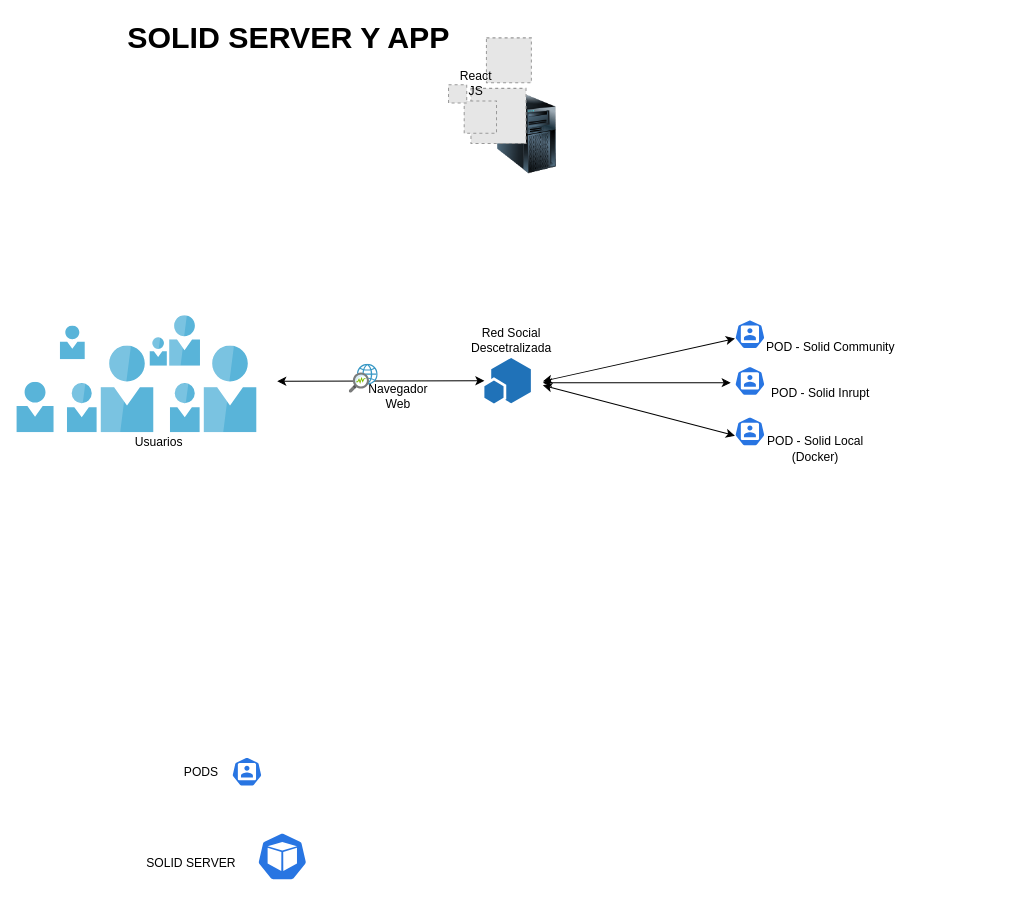
The draw.io diagram page "DIAGRAMA DEL PROYECTO" (1 of 5) of Docs/Untitled Diagram.drawio in MONISANCHEZ10/SOLID, before the edit. Source tidied: cells renumbered, new cells numbered last; positions are measured from the earlier drawing's top-left corner, leaving out a move shared by most shapes. Both pictures are drawn from the tidied source at 101%, with x=0, y=0 at pixel (16, 17). Pictures stored in the file or linked from it are replaced by grey dashed boxes.
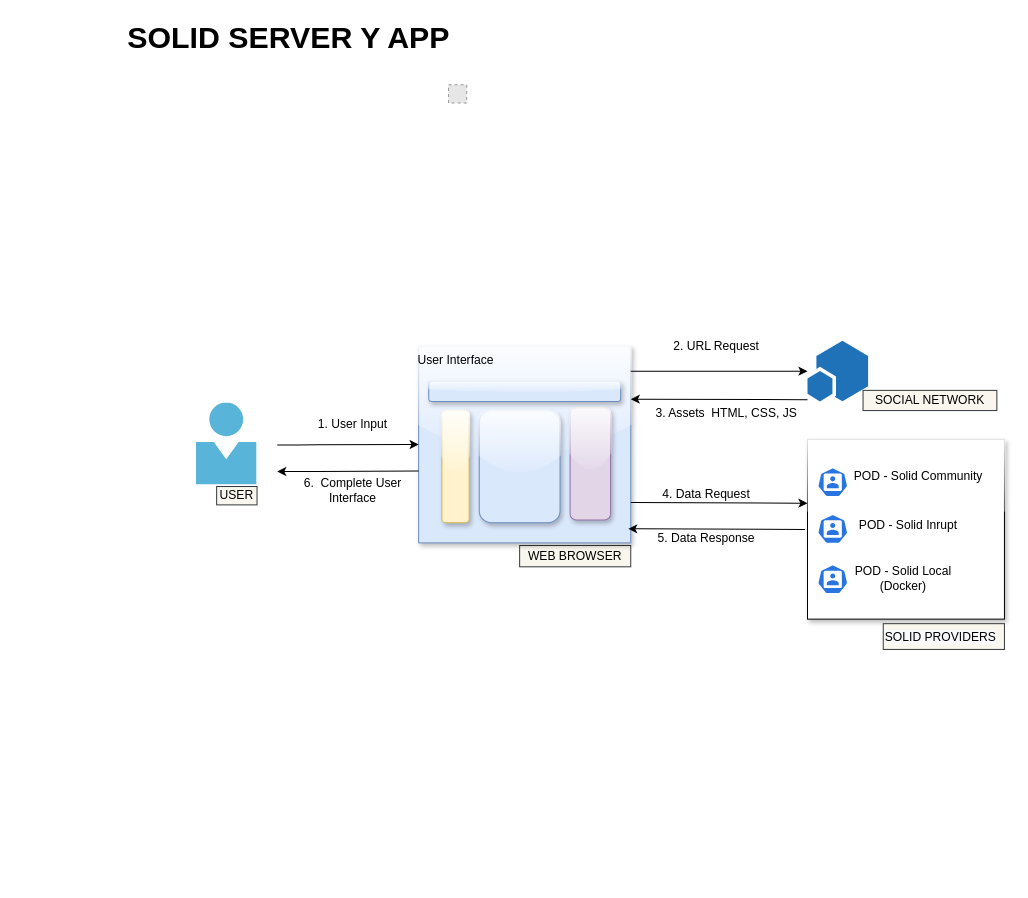
Above is the later version.

Diff of the diagram source:
```diff
@@
-    <mxCell id="2" value="SOLID SERVER" style="text;html=1;strokeColor=none;fillColor=none;align=center;verticalAlign=middle;whiteSpace=wrap;rounded=0;" parent="1" vertex="1">
-      <mxGeometry x="83" y="836.5" width="180" as="geometry" />
-    </mxCell>
-    <mxCell id="3" value="POD - Solid Community" style="text;html=1;strokeColor=none;fillColor=none;align=center;verticalAlign=middle;whiteSpace=wrap;rounded=0;" parent="1" vertex="1">
-      <mxGeometry x="741" y="316.9" width="130" height="20" as="geometry" />
-    </mxCell>
-    <mxCell id="4" style="shadow=0;dashed=0;html=1;strokeColor=none;fillColor=#505050;labelPosition=center;verticalLabelPosition=bottom;verticalAlign=top;outlineConnect=0;align=center;shape=mxgraph.office.concepts.app_part;" parent="1" vertex="1">
-      <mxGeometry x="463.1" y="336.9" width="46" height="45" as="geometry" />
-    </mxCell>
-    <mxCell id="5" value="Red Social Descetralizada" style="text;html=1;strokeColor=none;fillColor=none;align=center;verticalAlign=middle;whiteSpace=wrap;rounded=0;" parent="1" vertex="1">
-      <mxGeometry x="469.6" y="309.9" width="40" height="20" as="geometry" />
+    <mxCell id="5" value="SOCIAL NETWORK" style="text;html=1;strokeColor=#36393d;fillColor=#f9f7ed;align=center;verticalAlign=middle;whiteSpace=wrap;rounded=0;" parent="1" vertex="1">
+      <mxGeometry x="838" y="369" width="132.5" height="20" as="geometry" />
     </mxCell>
-    <mxCell id="6" value="Navegador Web" style="text;html=1;strokeColor=none;fillColor=none;align=center;verticalAlign=middle;whiteSpace=wrap;rounded=0;" parent="1" vertex="1">
-      <mxGeometry x="358" y="361" width="40" height="28.5" as="geometry" />
+    <mxCell id="6" value="WEB BROWSER" style="text;html=1;align=center;verticalAlign=middle;whiteSpace=wrap;rounded=0;gradientDirection=north;fillColor=#f9f7ed;strokeColor=#36393d;" parent="1" vertex="1">
+      <mxGeometry x="498" y="522.6" width="110" height="21.1" as="geometry" />
     </mxCell>
-    <mxCell id="7" style="html=1;dashed=0;whitespace=wrap;fillColor=#2875E2;strokeColor=#ffffff;shape=mxgraph.kubernetes.icon;prIcon=pod;" parent="1" vertex="1">
-      <mxGeometry x="238" y="806.5" width="50" height="48" as="geometry" />
-    </mxCell>
-    <mxCell id="8" style="html=1;align=center;image;fontSize=12;image=img/lib/mscae/Two_User_Icon.svg;" parent="1" vertex="1">
-      <mxGeometry x="132" y="295.2" width="50" height="50" as="geometry" />
-    </mxCell>
-    <mxCell id="9" style="html=1;align=center;image;fontSize=12;image=img/lib/mscae/Two_User_Icon.svg;" parent="1" vertex="1">
-      <mxGeometry x="50.2" y="325.2" width="85.8" height="85.8" as="geometry" />
-    </mxCell>
-    <mxCell id="10" style="html=1;align=center;image;fontSize=12;image=img/lib/mscae/Two_User_Icon.svg;" parent="1" vertex="1">
-      <mxGeometry x="152.2" y="325.2" width="85.8" height="85.8" as="geometry" />
-    </mxCell>
-    <mxCell id="11" style="html=1;align=center;image;fontSize=12;image=img/lib/mscae/Person.svg;" parent="1" vertex="1">
-      <mxGeometry x="0.2" y="361" width="37" height="50" as="geometry" />
-    </mxCell>
     <mxCell id="12" style="html=1;align=center;image;fontSize=12;image=img/lib/mscae/Person.svg;" parent="1" vertex="1">
-      <mxGeometry x="43.2" y="305.2" width="24.8" height="33.5" as="geometry" />
+      <mxGeometry x="178" y="381.5" width="60" height="81.1" as="geometry" />
     </mxCell>
-    <mxCell id="13" style="image;html=1;image=img/lib/clip_art/computers/Server_Tower_128x128.png;" parent="1" vertex="1">
-      <mxGeometry x="465.1" y="74.5" width="80" height="80" as="geometry" />
-    </mxCell>
-    <mxCell id="14" value="Usuarios" style="text;html=1;strokeColor=none;fillColor=none;align=center;verticalAlign=middle;whiteSpace=wrap;rounded=0;" parent="1" vertex="1">
-      <mxGeometry x="120.8" y="411" width="40" height="20" as="geometry" />
+    <mxCell id="14" value="USER" style="text;html=1;strokeColor=#36393d;fillColor=#f9f7ed;align=center;verticalAlign=middle;whiteSpace=wrap;rounded=0;" parent="1" vertex="1">
+      <mxGeometry x="198" y="464.2" width="40" height="18.2" as="geometry" />
     </mxCell>
-    <mxCell id="15" style="html=1;dashed=0;whitespace=wrap;fillColor=#2875E2;strokeColor=#ffffff;points=[[0.005,0.63,0],[0.1,0.2,0],[0.9,0.2,0],[0.5,0,0],[0.995,0.63,0],[0.72,0.99,0],[0.5,1,0],[0.28,0.99,0]];shape=mxgraph.kubernetes.icon;prIcon=user;" parent="1" vertex="1">
-      <mxGeometry x="711" y="296.9" width="30" height="33" as="geometry" />
-    </mxCell>
-    <mxCell id="16" style="html=1;dashed=0;whitespace=wrap;fillColor=#2875E2;strokeColor=#ffffff;shape=mxgraph.kubernetes.icon;prIcon=user;" parent="1" vertex="1">
-      <mxGeometry x="711" y="343.1" width="30" height="33" as="geometry" />
-    </mxCell>
-    <mxCell id="17" style="html=1;dashed=0;whitespace=wrap;fillColor=#2875E2;strokeColor=#ffffff;shape=mxgraph.kubernetes.icon;prIcon=user;" parent="1" vertex="1">
-      <mxGeometry x="213" y="730" width="30" height="33" as="geometry" />
-    </mxCell>
-    <mxCell id="18" value="PODS" style="text;html=1;strokeColor=none;fillColor=none;align=center;verticalAlign=middle;whiteSpace=wrap;rounded=0;" parent="1" vertex="1">
-      <mxGeometry x="163" y="736.5" width="40" height="20" as="geometry" />
-    </mxCell>
-    <mxCell id="19" style="fillColor=#E6E6E6;strokeColor=#999999;dashed=1;html=1;verticalAlign=top;verticalLabelPosition=bottom;labelBackgroundColor=#ffffff;" parent="1" vertex="1">
-      <mxGeometry x="449.8" y="70" width="54.5" height="54.5" as="geometry" />
-    </mxCell>
-    <mxCell id="20" style="fillColor=#E6E6E6;strokeColor=#999999;dashed=1;html=1;verticalAlign=top;verticalLabelPosition=bottom;labelBackgroundColor=#ffffff;" parent="1" vertex="1">
-      <mxGeometry x="465.1" y="20" width="44.5" height="44.5" as="geometry" />
-    </mxCell>
-    <mxCell id="21" value="React JS" style="text;html=1;strokeColor=none;fillColor=none;align=center;verticalAlign=middle;whiteSpace=wrap;rounded=0;" parent="1" vertex="1">
-      <mxGeometry x="435.1" y="54.5" width="40" height="20" as="geometry" />
-    </mxCell>
-    <mxCell id="22" style="fillColor=#E6E6E6;strokeColor=#999999;dashed=1;html=1;verticalAlign=top;verticalLabelPosition=bottom;labelBackgroundColor=#ffffff;" parent="1" vertex="1">
-      <mxGeometry x="443.1" y="82.5" width="32" height="32" as="geometry" />
-    </mxCell>
@@
-    <mxCell id="25" style="html=1;dashed=0;whitespace=wrap;fillColor=#2875E2;strokeColor=#ffffff;points=[[0.005,0.63,0],[0.1,0.2,0],[0.9,0.2,0],[0.5,0,0],[0.995,0.63,0],[0.72,0.99,0],[0.5,1,0],[0.28,0.99,0]];shape=mxgraph.kubernetes.icon;prIcon=user;" parent="1" vertex="1">
-      <mxGeometry x="711" y="393.1" width="30" height="33" as="geometry" />
-    </mxCell>
+    <mxCell id="33" style="rounded=0;whiteSpace=wrap;html=1;fillColor=#dae8fc;strokeColor=#6c8ebf;shadow=1;glass=1;sketch=0;" parent="1" vertex="1">
+      <mxGeometry x="398" y="325.2" width="210" height="194.8" as="geometry" />
+    </mxCell>
+    <mxCell id="34" style="endArrow=classic;startArrow=none;html=1;startFill=0;" parent="1" edge="1" target="35">
+      <mxGeometry relative="1" as="geometry">
+        <mxPoint x="608" y="350" as="sourcePoint" />
+      </mxGeometry>
+    </mxCell>
+    <mxCell id="35" style="shadow=0;dashed=0;html=1;strokeColor=none;fillColor=#505050;labelPosition=center;verticalLabelPosition=bottom;verticalAlign=top;outlineConnect=0;align=center;shape=mxgraph.office.concepts.app_part;" parent="1" vertex="1">
+      <mxGeometry x="783" y="320" width="60" height="60" as="geometry" />
+    </mxCell>
+    <mxCell id="36" style="rounded=1;whiteSpace=wrap;html=1;shadow=1;glass=1;sketch=0;fillColor=#fff2cc;strokeColor=#d6b656;" parent="1" vertex="1">
+      <mxGeometry x="421" y="389.1" width="27" height="111" as="geometry" />
+    </mxCell>
+    <mxCell id="37" style="rounded=1;whiteSpace=wrap;html=1;shadow=1;glass=1;sketch=0;fillColor=#dae8fc;strokeColor=#6c8ebf;" parent="1" vertex="1">
+      <mxGeometry x="458" y="389.1" width="80" height="111" as="geometry" />
+    </mxCell>
+    <mxCell id="38" style="rounded=1;whiteSpace=wrap;html=1;shadow=1;glass=1;sketch=0;fillColor=#e1d5e7;strokeColor=#9673a6;" parent="1" vertex="1">
+      <mxGeometry x="548" y="386.3" width="40" height="111" as="geometry" />
+    </mxCell>
+    <mxCell id="39" style="rounded=0;whiteSpace=wrap;html=1;shadow=1;glass=1;sketch=0;" parent="1" vertex="1">
+      <mxGeometry x="783" y="417.6" width="195" height="177.9" as="geometry" />
+    </mxCell>
+    <mxCell id="3" value="POD - Solid Community" style="text;html=1;strokeColor=none;fillColor=none;align=center;verticalAlign=middle;whiteSpace=wrap;rounded=0;" parent="1" vertex="1">
+      <mxGeometry x="828" y="443.5" width="130" height="20" as="geometry" />
+    </mxCell>
+    <mxCell id="40" style="html=1;dashed=0;whitespace=wrap;fillColor=#2875E2;strokeColor=#ffffff;shape=mxgraph.kubernetes.icon;prIcon=user;" parent="1" vertex="1">
+      <mxGeometry x="793" y="443.5" width="30" height="33" as="geometry" />
+    </mxCell>
+    <mxCell id="41" style="html=1;dashed=0;whitespace=wrap;fillColor=#2875E2;strokeColor=#ffffff;shape=mxgraph.kubernetes.icon;prIcon=user;" parent="1" vertex="1">
+      <mxGeometry x="793" y="489.7" width="30" height="33" as="geometry" />
+    </mxCell>
+    <mxCell id="42" style="html=1;dashed=0;whitespace=wrap;fillColor=#2875E2;strokeColor=#ffffff;shape=mxgraph.kubernetes.icon;prIcon=user;" parent="1" vertex="1">
+      <mxGeometry x="793" y="539.6" width="30" height="33" as="geometry" />
+    </mxCell>
     <mxCell id="26" value="POD - Solid Inrupt" style="text;html=1;strokeColor=none;fillColor=none;align=center;verticalAlign=middle;whiteSpace=wrap;rounded=0;" parent="1" vertex="1">
-      <mxGeometry x="741" y="359.6" width="110" height="24" as="geometry" />
+      <mxGeometry x="828" y="490.8" width="110" height="24" as="geometry" />
     </mxCell>
     <mxCell id="27" value="POD - Solid Local (Docker)" style="text;html=1;strokeColor=none;fillColor=none;align=center;verticalAlign=middle;whiteSpace=wrap;rounded=0;" parent="1" vertex="1">
-      <mxGeometry x="731" y="415.4" width="120" height="24" as="geometry" />
+      <mxGeometry x="818" y="543.3" width="120" height="24" as="geometry" />
     </mxCell>
-    <mxCell id="28" style="endArrow=classic;startArrow=classic;html=1;" parent="1" edge="1" target="4">
-      <mxGeometry relative="1" as="geometry">
-        <mxPoint x="258" y="360" as="sourcePoint" />
-      </mxGeometry>
-    </mxCell>
-    <mxCell id="29" style="endArrow=classic;startArrow=classic;html=1;entryX=0.005;entryY=0.63;entryDx=0;entryDy=0;entryPerimeter=0;" parent="1" edge="1" target="15">
-      <mxGeometry relative="1" as="geometry">
-        <mxPoint x="521" y="360" as="sourcePoint" />
-      </mxGeometry>
-    </mxCell>
-    <mxCell id="30" style="endArrow=classic;startArrow=classic;html=1;" parent="1" edge="1">
-      <mxGeometry relative="1" as="geometry">
-        <mxPoint x="521" y="361.4" as="sourcePoint" />
-        <mxPoint x="707" y="361.4" as="targetPoint" />
-      </mxGeometry>
-    </mxCell>
-    <mxCell id="31" style="endArrow=classic;startArrow=classic;html=1;entryX=0.005;entryY=0.63;entryDx=0;entryDy=0;entryPerimeter=0;" parent="1" edge="1" target="25">
-      <mxGeometry relative="1" as="geometry">
-        <mxPoint x="521" y="364" as="sourcePoint" />
-      </mxGeometry>
-    </mxCell>
-    <mxCell id="32" style="html=1;align=center;image;fontSize=12;image=img/lib/mscae/Network_watcher.svg;" parent="1" vertex="1">
-      <mxGeometry x="329.3" y="343.1" width="28.7" height="28.7" as="geometry" />
-    </mxCell>
+    <mxCell id="43" style="endArrow=classic;html=1;entryX=0;entryY=0.5;entryDx=0;entryDy=0;" parent="1" edge="1" target="33">
+      <mxGeometry relative="1" as="geometry">
+        <mxPoint x="258" y="423" as="sourcePoint" />
+        <Array as="points">
+          <mxPoint x="288" y="423" />
+        </Array>
+      </mxGeometry>
+    </mxCell>
+    <mxCell id="44" value="1. User Input" style="text;html=1;strokeColor=none;fillColor=none;align=center;verticalAlign=middle;whiteSpace=wrap;rounded=0;" parent="1" vertex="1">
+      <mxGeometry x="268" y="389" width="130" height="28.5" as="geometry" />
+    </mxCell>
+    <mxCell id="45" value="2. URL Request" style="text;html=1;strokeColor=none;fillColor=none;align=center;verticalAlign=middle;whiteSpace=wrap;rounded=0;" parent="1" vertex="1">
+      <mxGeometry x="628" y="312.2" width="130" height="28.5" as="geometry" />
+    </mxCell>
+    <mxCell id="46" style="endArrow=none;startArrow=classic;html=1;startFill=1;endFill=0;" parent="1" edge="1">
+      <mxGeometry relative="1" as="geometry">
+        <mxPoint x="608" y="377.7" as="sourcePoint" />
+        <mxPoint x="783" y="378.2" as="targetPoint" />
+      </mxGeometry>
+    </mxCell>
+    <mxCell id="47" value="3. Assets&amp;nbsp; HTML, CSS, JS" style="text;html=1;strokeColor=none;fillColor=none;align=center;verticalAlign=middle;whiteSpace=wrap;rounded=0;" parent="1" vertex="1">
+      <mxGeometry x="628" y="377.7" width="150" height="28.5" as="geometry" />
+    </mxCell>
+    <mxCell id="48" style="endArrow=none;startArrow=classic;html=1;startFill=1;endFill=0;" parent="1" edge="1">
+      <mxGeometry relative="1" as="geometry">
+        <mxPoint x="605.5" y="506.1" as="sourcePoint" />
+        <mxPoint x="780.5" y="506.7" as="targetPoint" />
+      </mxGeometry>
+    </mxCell>
+    <mxCell id="49" value="&lt;br&gt;5. Data Response&lt;br&gt;" style="text;html=1;strokeColor=none;fillColor=none;align=center;verticalAlign=middle;whiteSpace=wrap;rounded=0;" parent="1" vertex="1">
+      <mxGeometry x="608" y="494.1" width="150" height="28.5" as="geometry" />
+    </mxCell>
+    <mxCell id="50" style="endArrow=classic;startArrow=none;html=1;startFill=0;" parent="1" edge="1">
+      <mxGeometry relative="1" as="geometry">
+        <mxPoint x="608" y="480.1" as="sourcePoint" />
+        <mxPoint x="783" y="480.7" as="targetPoint" />
+      </mxGeometry>
+    </mxCell>
+    <mxCell id="51" value="4. Data Request" style="text;html=1;strokeColor=none;fillColor=none;align=center;verticalAlign=middle;whiteSpace=wrap;rounded=0;" parent="1" vertex="1">
+      <mxGeometry x="618" y="458.2" width="130" height="28.5" as="geometry" />
+    </mxCell>
+    <mxCell id="52" style="endArrow=none;html=1;entryX=0;entryY=0.5;entryDx=0;entryDy=0;endFill=0;startArrow=classic;startFill=1;" parent="1" edge="1">
+      <mxGeometry relative="1" as="geometry">
+        <mxPoint x="258" y="449.3" as="sourcePoint" />
+        <mxPoint x="398" y="448.9" as="targetPoint" />
+        <Array as="points">
+          <mxPoint x="288" y="449.3" />
+        </Array>
+      </mxGeometry>
+    </mxCell>
+    <mxCell id="53" value="6.&amp;nbsp; Complete User Interface" style="text;html=1;strokeColor=none;fillColor=none;align=center;verticalAlign=middle;whiteSpace=wrap;rounded=0;" parent="1" vertex="1">
+      <mxGeometry x="268" y="454" width="130" height="28.5" as="geometry" />
+    </mxCell>
+    <mxCell id="54" value="&lt;span style=&quot;color: rgb(0 , 0 , 0) ; font-family: &amp;#34;helvetica&amp;#34; ; font-size: 12px ; font-style: normal ; font-weight: 400 ; letter-spacing: normal ; text-align: center ; text-indent: 0px ; text-transform: none ; word-spacing: 0px ; background-color: rgb(248 , 249 , 250) ; display: inline ; float: none&quot;&gt;SOLID PROVIDERS&lt;br&gt;&lt;/span&gt;" style="text;whiteSpace=wrap;html=1;fillColor=#f9f7ed;strokeColor=#36393d;" parent="1" vertex="1">
+      <mxGeometry x="858" y="600" width="120" height="25.5" as="geometry" />
+    </mxCell>
+    <mxCell id="55" style="rounded=1;whiteSpace=wrap;html=1;shadow=1;glass=1;sketch=0;fillColor=#dae8fc;strokeColor=#6c8ebf;" parent="1" vertex="1">
+      <mxGeometry x="408" y="360" width="190" height="20" as="geometry" />
+    </mxCell>
+    <mxCell id="56" value="User Interface" style="text;html=1;strokeColor=none;fillColor=none;align=center;verticalAlign=middle;whiteSpace=wrap;rounded=0;" parent="1" vertex="1">
+      <mxGeometry x="369.5" y="325.2" width="130" height="28.5" as="geometry" />
+    </mxCell>
```
